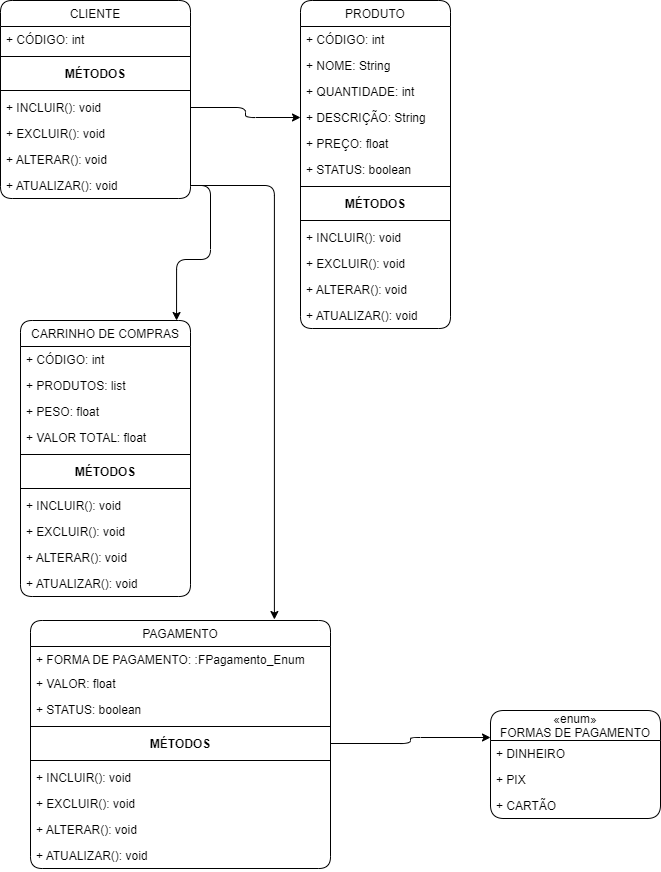
Above: Untitled Diagram.drawio.png in joao100101/Engenharia-De-Software (draw.io), before the change. Source tidied: cells renumbered, new cells last; positions are measured from the earlier drawing's top-left corner, leaving out a move shared by most shapes.
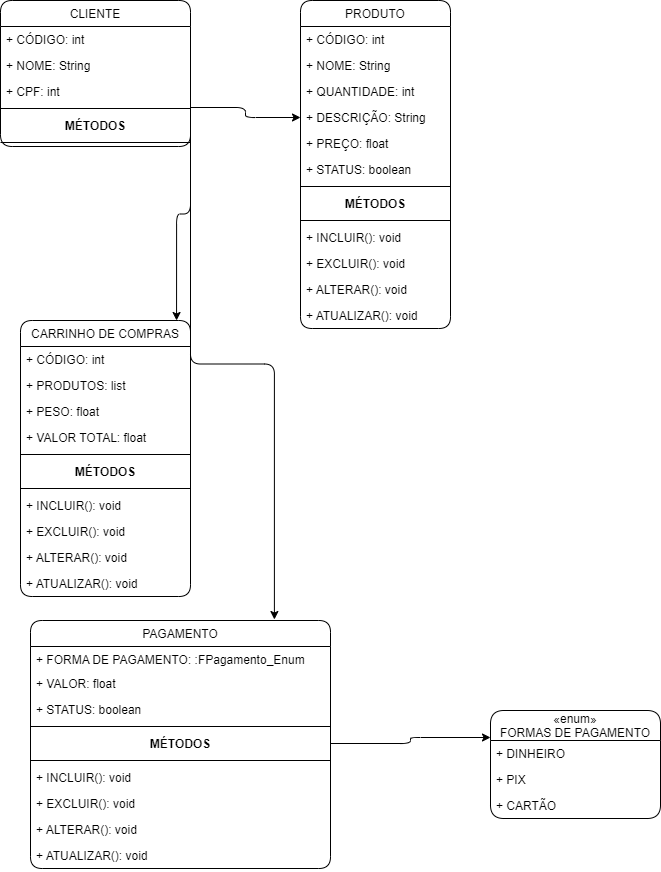
The same file after the commit.

What changed in the source:
```diff
@@ -3,32 +3,26 @@
     <mxCell id="0" />
     <mxCell id="1" parent="0" />
     <mxCell id="2" value="CLIENTE" style="swimlane;fontStyle=0;horizontal=1;startSize=26;fillColor=none;rounded=1;" parent="1" vertex="1">
-      <mxGeometry width="190" height="198" as="geometry" />
+      <mxGeometry width="190" height="146" as="geometry" />
     </mxCell>
     <mxCell id="3" value="+ CÓDIGO: int" style="text;strokeColor=none;fillColor=none;align=left;verticalAlign=top;spacingLeft=4;spacingRight=4;overflow=hidden;rounded=1;" parent="2" vertex="1">
       <mxGeometry y="26" width="190" height="26" as="geometry" />
     </mxCell>
+    <mxCell id="56" value="+ NOME: String" style="text;strokeColor=none;fillColor=none;align=left;verticalAlign=top;spacingLeft=4;spacingRight=4;overflow=hidden;rounded=1;" parent="2" vertex="1">
+      <mxGeometry y="52" width="190" height="26" as="geometry" />
+    </mxCell>
+    <mxCell id="57" value="+ CPF: int" style="text;strokeColor=none;fillColor=none;align=left;verticalAlign=top;spacingLeft=4;spacingRight=4;overflow=hidden;rounded=1;" parent="2" vertex="1">
+      <mxGeometry y="78" width="190" height="26" as="geometry" />
+    </mxCell>
     <mxCell id="4" style="line;strokeWidth=1;fillColor=none;align=left;verticalAlign=middle;spacingTop=-1;spacingLeft=3;spacingRight=3;labelPosition=right;rounded=1;" parent="2" vertex="1">
-      <mxGeometry y="52" width="190" height="8" as="geometry" />
+      <mxGeometry y="104" width="190" height="8" as="geometry" />
     </mxCell>
     <mxCell id="5" value="MÉTODOS" style="text;align=center;fontStyle=1;verticalAlign=middle;spacingLeft=3;spacingRight=3;strokeColor=none;rounded=1;" parent="2" vertex="1">
-      <mxGeometry y="60" width="190" height="26" as="geometry" />
+      <mxGeometry y="112" width="190" height="26" as="geometry" />
     </mxCell>
     <mxCell id="6" style="line;strokeWidth=1;fillColor=none;align=left;verticalAlign=middle;spacingTop=-1;spacingLeft=3;spacingRight=3;labelPosition=right;rounded=1;" parent="2" vertex="1">
-      <mxGeometry y="86" width="190" height="8" as="geometry" />
+      <mxGeometry y="138" width="190" height="8" as="geometry" />
     </mxCell>
-    <mxCell id="7" value="+ INCLUIR(): void" style="text;strokeColor=none;fillColor=none;align=left;verticalAlign=top;spacingLeft=4;spacingRight=4;overflow=hidden;points=[[0,0.5],[1,0.5]];portConstraint=eastwest;rounded=1;" parent="2" vertex="1">
-      <mxGeometry y="94" width="190" height="26" as="geometry" />
-    </mxCell>
-    <mxCell id="8" value="+ EXCLUIR(): void" style="text;strokeColor=none;fillColor=none;align=left;verticalAlign=top;spacingLeft=4;spacingRight=4;overflow=hidden;rounded=1;" parent="2" vertex="1">
-      <mxGeometry y="120" width="190" height="26" as="geometry" />
-    </mxCell>
-    <mxCell id="9" value="+ ALTERAR(): void" style="text;strokeColor=none;fillColor=none;align=left;verticalAlign=top;spacingLeft=4;spacingRight=4;overflow=hidden;rounded=1;" parent="2" vertex="1">
-      <mxGeometry y="146" width="190" height="26" as="geometry" />
-    </mxCell>
-    <mxCell id="10" value="+ ATUALIZAR(): void" style="text;strokeColor=none;fillColor=none;align=left;verticalAlign=top;spacingLeft=4;spacingRight=4;overflow=hidden;points=[[0,0.5],[1,0.5]];portConstraint=eastwest;rounded=1;" parent="2" vertex="1">
-      <mxGeometry y="172" width="190" height="26" as="geometry" />
-    </mxCell>
     <mxCell id="11" value="PRODUTO" style="swimlane;fontStyle=0;horizontal=1;startSize=26;fillColor=none;rounded=1;" parent="1" vertex="1">
       <mxGeometry x="300" width="150" height="328" as="geometry" />
     </mxCell>
@@ -155,14 +149,20 @@
     <mxCell id="52" style="edgeStyle=orthogonalEdgeStyle;rounded=1;jettySize=auto;html=1;entryX=0;entryY=0.25;entryDx=0;entryDy=0;" parent="1" edge="1" source="42" target="48">
       <mxGeometry relative="1" as="geometry" />
     </mxCell>
-    <mxCell id="53" style="edgeStyle=orthogonalEdgeStyle;rounded=1;jettySize=auto;html=1;entryX=0.918;entryY=0;entryDx=0;entryDy=0;entryPerimeter=0;" parent="1" edge="1" source="10" target="25">
-      <mxGeometry relative="1" as="geometry" />
+    <mxCell id="53" style="edgeStyle=orthogonalEdgeStyle;rounded=1;jettySize=auto;html=1;entryX=0.918;entryY=0;entryDx=0;entryDy=0;entryPerimeter=0;" parent="1" edge="1" target="25">
+      <mxGeometry relative="1" as="geometry">
+        <mxPoint x="190" y="107" as="sourcePoint" />
+      </mxGeometry>
     </mxCell>
-    <mxCell id="54" style="edgeStyle=orthogonalEdgeStyle;rounded=1;jettySize=auto;html=1;entryX=0;entryY=0.5;entryDx=0;entryDy=0;" parent="1" edge="1" source="7" target="15">
-      <mxGeometry relative="1" as="geometry" />
+    <mxCell id="54" style="edgeStyle=orthogonalEdgeStyle;rounded=1;jettySize=auto;html=1;entryX=0;entryY=0.5;entryDx=0;entryDy=0;" parent="1" edge="1" target="15">
+      <mxGeometry relative="1" as="geometry">
+        <mxPoint x="190" y="107" as="sourcePoint" />
+      </mxGeometry>
     </mxCell>
-    <mxCell id="55" style="edgeStyle=orthogonalEdgeStyle;rounded=1;jettySize=auto;html=1;entryX=0.813;entryY=-0.004;entryDx=0;entryDy=0;entryPerimeter=0;" parent="1" edge="1" source="10" target="37">
-      <mxGeometry relative="1" as="geometry" />
+    <mxCell id="55" style="edgeStyle=orthogonalEdgeStyle;rounded=1;jettySize=auto;html=1;entryX=0.813;entryY=-0.004;entryDx=0;entryDy=0;entryPerimeter=0;" parent="1" edge="1" target="37">
+      <mxGeometry relative="1" as="geometry">
+        <mxPoint x="190" y="107" as="sourcePoint" />
+      </mxGeometry>
     </mxCell>
   </root>
 </mxGraphModel>
```
